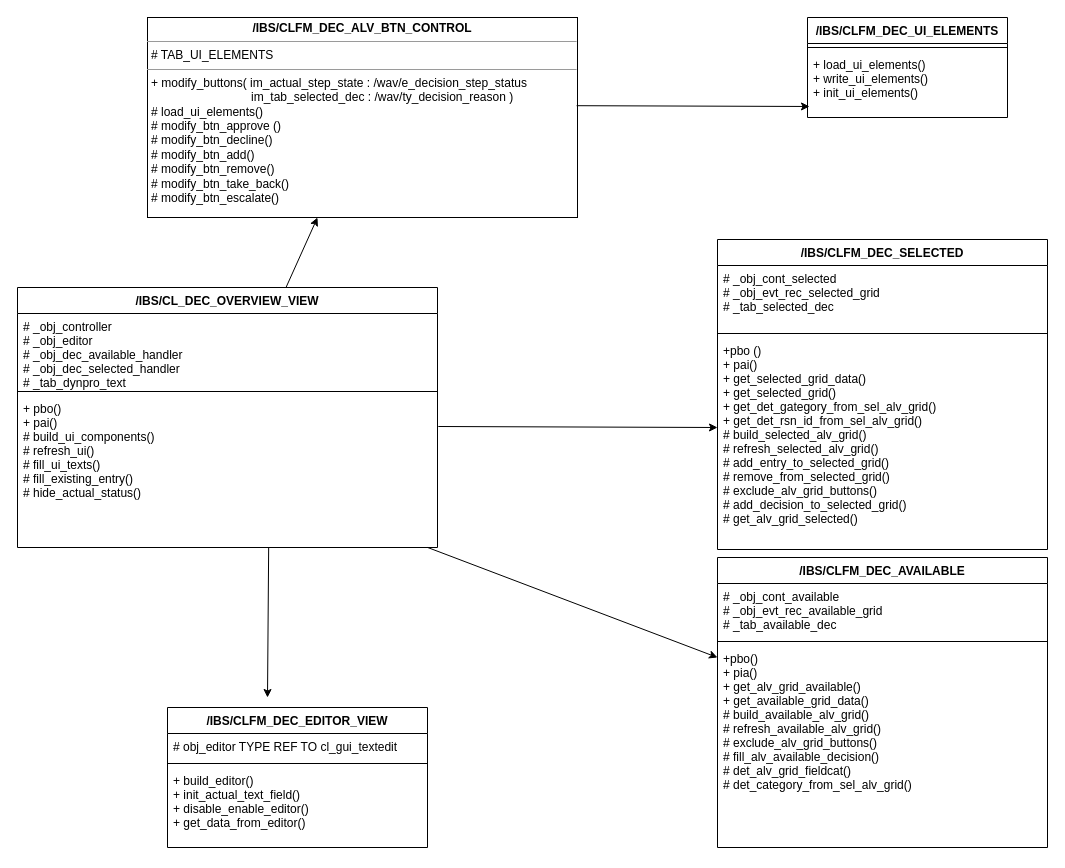
Before: Untitled Diagram (4).drawio in osarisky/bla, a draw.io diagram. Source tidied: cells renumbered, new cells numbered last; positions are measured from the earlier drawing's top-left corner, leaving out a move shared by most shapes. Both pictures are drawn from the tidied source at 100%, with x=0, y=0 at pixel (17, 17).
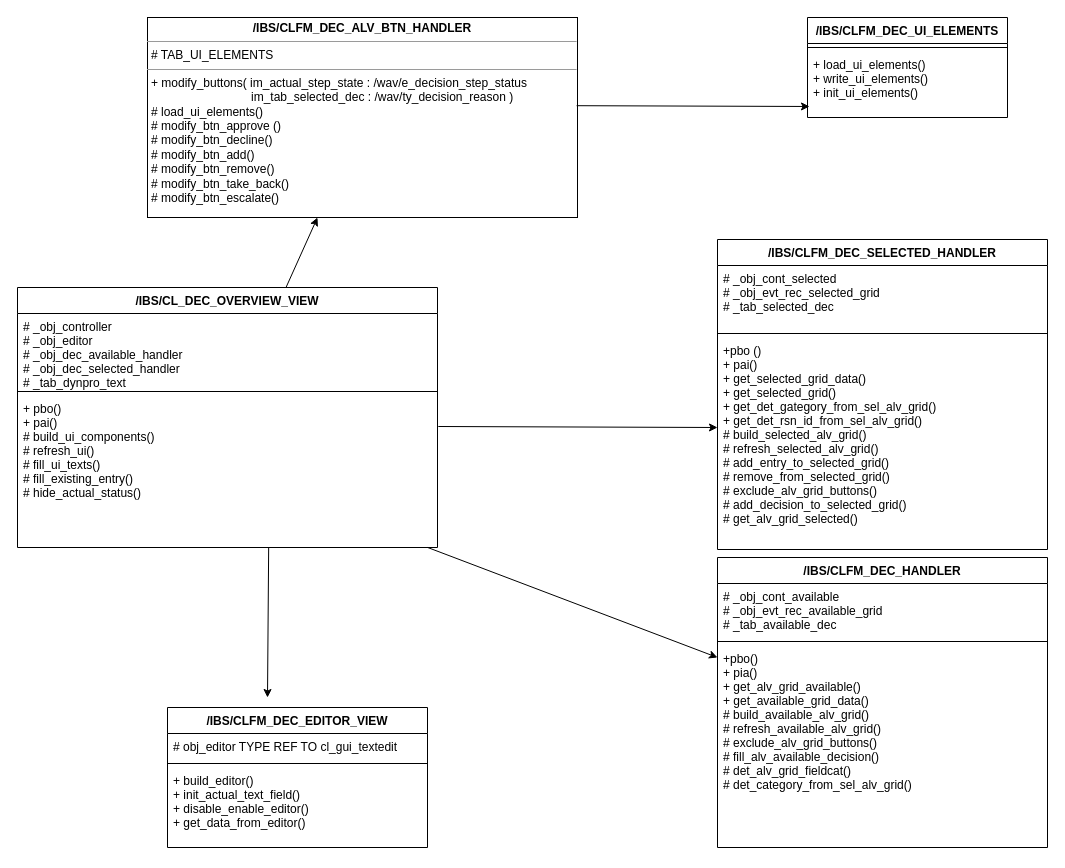
The same diagram, later.

Commit message:
UML dec view beta1.drawio

Diff of the diagram source:
```diff
@@
-    <mxCell id="2" value="&lt;p style=&quot;margin: 0px ; margin-top: 4px ; text-align: center&quot;&gt;&lt;b&gt;/IBS/CLFM_DEC_ALV_BTN_CONTROL&lt;/b&gt;&lt;/p&gt;&lt;hr size=&quot;1&quot;&gt;&lt;p style=&quot;margin: 0px ; margin-left: 4px&quot;&gt;# TAB_UI_ELEMENTS&lt;/p&gt;&lt;hr size=&quot;1&quot;&gt;&lt;p style=&quot;margin: 0px ; margin-left: 4px&quot;&gt;&lt;span&gt;+ modify_buttons( im_actual_step_state : /wav/e_decision_step_status&lt;/span&gt;&lt;br&gt;&lt;/p&gt;&lt;p style=&quot;margin: 0px ; margin-left: 4px&quot;&gt;&amp;nbsp; &amp;nbsp; &amp;nbsp; &amp;nbsp; &amp;nbsp; &amp;nbsp; &amp;nbsp; &amp;nbsp; &amp;nbsp; &amp;nbsp; &amp;nbsp; &amp;nbsp; &amp;nbsp; &amp;nbsp; &amp;nbsp; im_tab_selected_dec :&amp;nbsp;/wav/ty_decision_reason&lt;span&gt;&amp;nbsp;)&lt;/span&gt;&lt;/p&gt;&lt;p style=&quot;margin: 0px ; margin-left: 4px&quot;&gt;# load_ui_elements()&lt;span&gt;&lt;br&gt;&lt;/span&gt;&lt;/p&gt;&lt;p style=&quot;margin: 0px ; margin-left: 4px&quot;&gt;# modify_btn_approve ()&lt;/p&gt;&lt;p style=&quot;margin: 0px ; margin-left: 4px&quot;&gt;# modify_btn_decline()&lt;/p&gt;&lt;p style=&quot;margin: 0px ; margin-left: 4px&quot;&gt;# modify_btn_add()&lt;/p&gt;&lt;p style=&quot;margin: 0px ; margin-left: 4px&quot;&gt;# modify_btn_remove()&lt;/p&gt;&lt;p style=&quot;margin: 0px ; margin-left: 4px&quot;&gt;# modify_btn_take_back()&lt;/p&gt;&lt;p style=&quot;margin: 0px ; margin-left: 4px&quot;&gt;# modify_btn_escalate()&lt;/p&gt;" style="verticalAlign=top;align=left;overflow=fill;fontSize=12;fontFamily=Helvetica;html=1;" parent="1" vertex="1">
+    <mxCell id="2" value="&lt;p style=&quot;margin: 0px ; margin-top: 4px ; text-align: center&quot;&gt;&lt;b&gt;/IBS/CLFM_DEC_ALV_BTN_HANDLER&lt;/b&gt;&lt;/p&gt;&lt;hr size=&quot;1&quot;&gt;&lt;p style=&quot;margin: 0px ; margin-left: 4px&quot;&gt;# TAB_UI_ELEMENTS&lt;/p&gt;&lt;hr size=&quot;1&quot;&gt;&lt;p style=&quot;margin: 0px ; margin-left: 4px&quot;&gt;&lt;span&gt;+ modify_buttons( im_actual_step_state : /wav/e_decision_step_status&lt;/span&gt;&lt;br&gt;&lt;/p&gt;&lt;p style=&quot;margin: 0px ; margin-left: 4px&quot;&gt;&amp;nbsp; &amp;nbsp; &amp;nbsp; &amp;nbsp; &amp;nbsp; &amp;nbsp; &amp;nbsp; &amp;nbsp; &amp;nbsp; &amp;nbsp; &amp;nbsp; &amp;nbsp; &amp;nbsp; &amp;nbsp; &amp;nbsp; im_tab_selected_dec :&amp;nbsp;/wav/ty_decision_reason&lt;span&gt;&amp;nbsp;)&lt;/span&gt;&lt;/p&gt;&lt;p style=&quot;margin: 0px ; margin-left: 4px&quot;&gt;# load_ui_elements()&lt;span&gt;&lt;br&gt;&lt;/span&gt;&lt;/p&gt;&lt;p style=&quot;margin: 0px ; margin-left: 4px&quot;&gt;# modify_btn_approve ()&lt;/p&gt;&lt;p style=&quot;margin: 0px ; margin-left: 4px&quot;&gt;# modify_btn_decline()&lt;/p&gt;&lt;p style=&quot;margin: 0px ; margin-left: 4px&quot;&gt;# modify_btn_add()&lt;/p&gt;&lt;p style=&quot;margin: 0px ; margin-left: 4px&quot;&gt;# modify_btn_remove()&lt;/p&gt;&lt;p style=&quot;margin: 0px ; margin-left: 4px&quot;&gt;# modify_btn_take_back()&lt;/p&gt;&lt;p style=&quot;margin: 0px ; margin-left: 4px&quot;&gt;# modify_btn_escalate()&lt;/p&gt;" style="verticalAlign=top;align=left;overflow=fill;fontSize=12;fontFamily=Helvetica;html=1;" parent="1" vertex="1">
       <mxGeometry x="130" width="430" height="200" as="geometry" />
     </mxCell>
@@
-    <mxCell id="7" value="/IBS/CLFM_DEC_AVAILABLE" style="swimlane;fontStyle=1;align=center;verticalAlign=top;horizontal=1;startSize=26;" parent="1" vertex="1">
+    <mxCell id="7" value="/IBS/CLFM_DEC_HANDLER" style="swimlane;fontStyle=1;align=center;verticalAlign=top;horizontal=1;startSize=26;" parent="1" vertex="1">
       <mxGeometry x="700" y="540" width="330" height="290" as="geometry" />
     </mxCell>
@@
-    <mxCell id="14" value="/IBS/CLFM_DEC_SELECTED" style="swimlane;fontStyle=1;align=center;verticalAlign=top;horizontal=1;startSize=26;" parent="1" vertex="1">
+    <mxCell id="14" value="/IBS/CLFM_DEC_SELECTED_HANDLER" style="swimlane;fontStyle=1;align=center;verticalAlign=top;horizontal=1;startSize=26;" parent="1" vertex="1">
       <mxGeometry x="700" y="222" width="330" height="310" as="geometry" />
     </mxCell>
```
